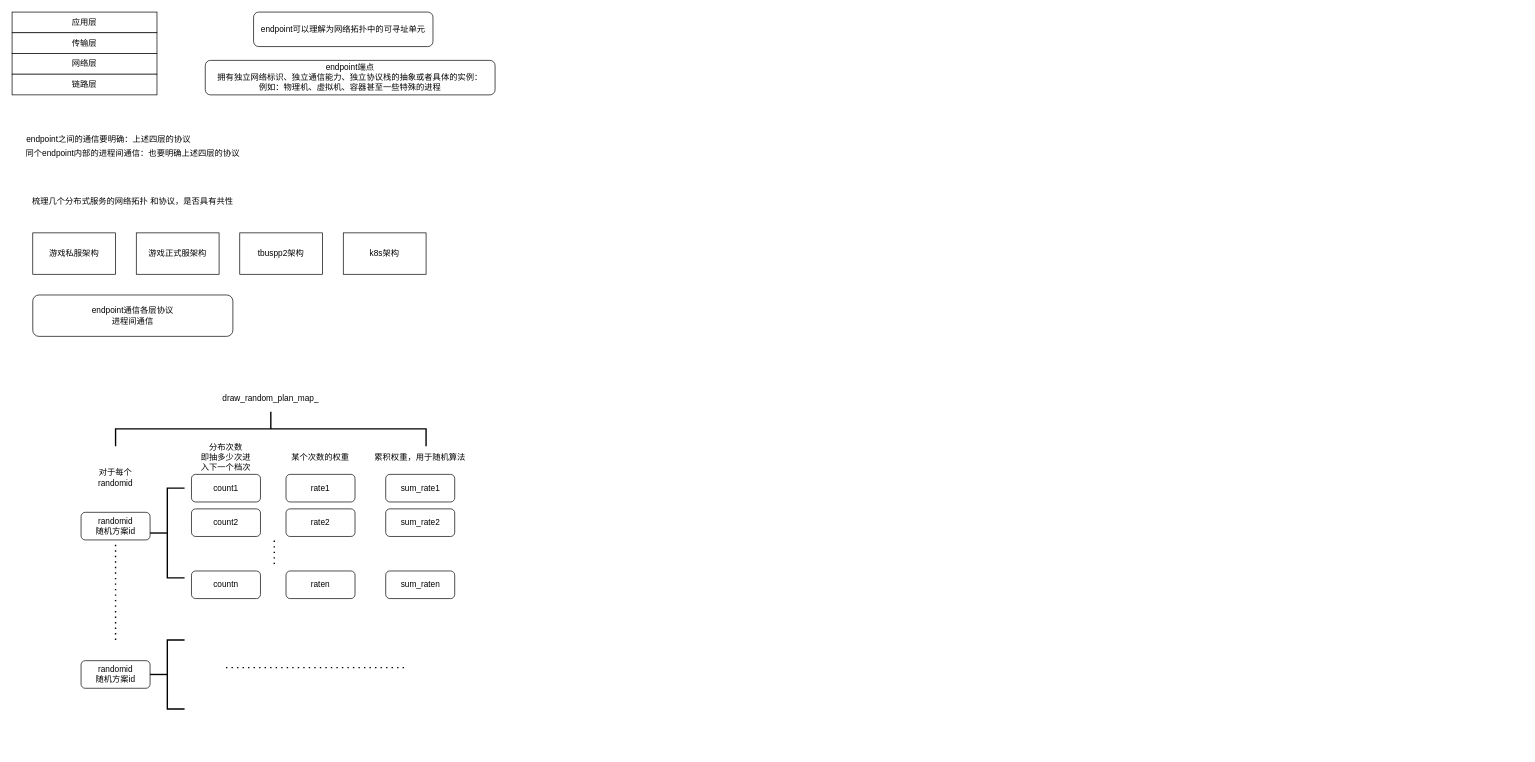
junpfeng/UE keeps this draw.io diagram as 服务架构.drawio. Above is the earlier version. Source tidied: cells renumbered, new cells numbered last; positions are measured from the earlier drawing's top-left corner, leaving out a move shared by most shapes. Both pictures are drawn from the tidied source at 69%, with x=0, y=0 at pixel (12, 12).
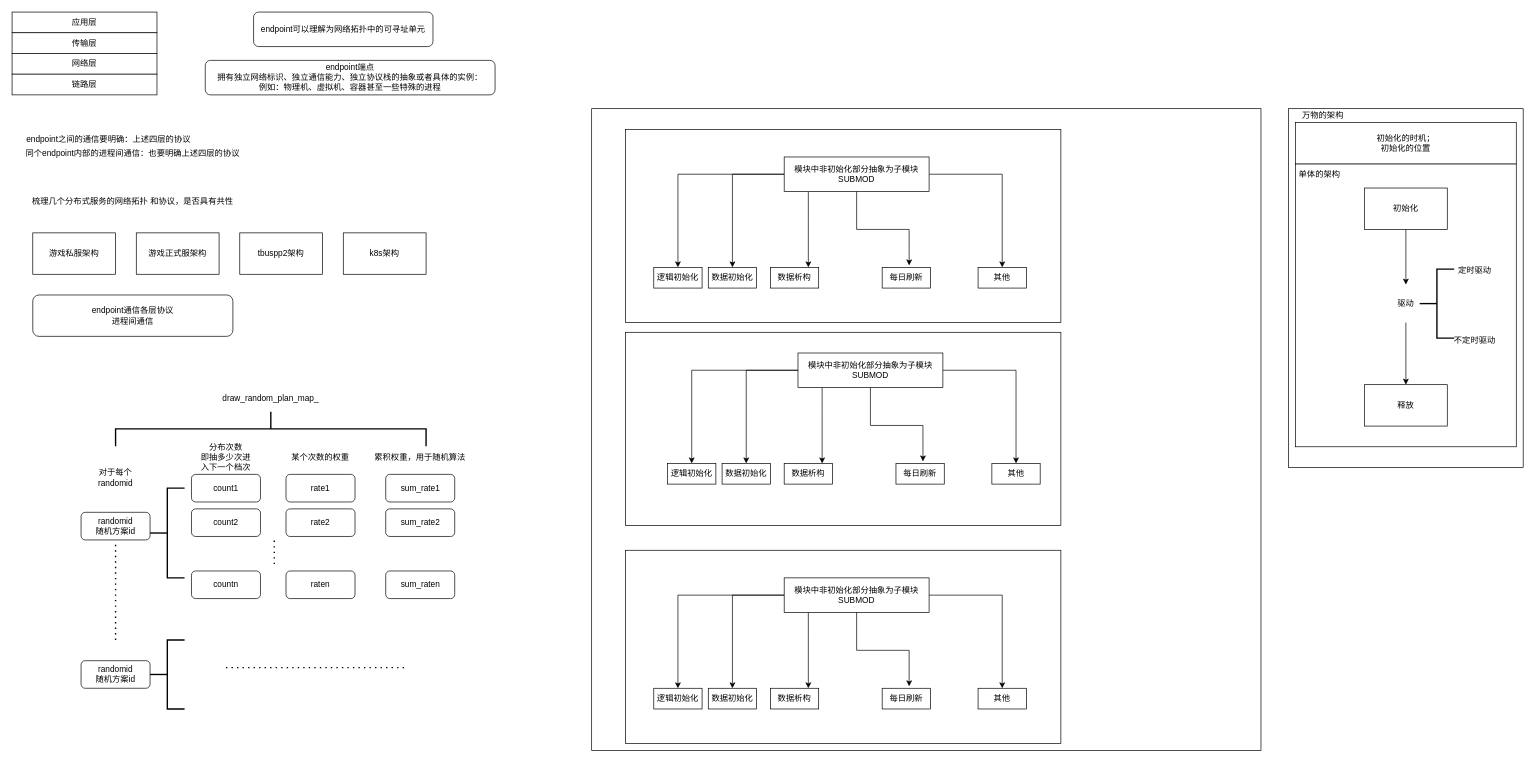
The same page after the edit.

Commit message:
更新服务架构.drawio

Diff of the diagram source:
```diff
@@
+    <mxCell id="38" style="edgeStyle=orthogonalEdgeStyle;rounded=0;jettySize=auto;html=1;" parent="1" edge="1" source="42" target="43">
+      <mxGeometry relative="1" as="geometry" />
+    </mxCell>
+    <mxCell id="39" style="edgeStyle=orthogonalEdgeStyle;rounded=0;jettySize=auto;html=1;" parent="1" edge="1" source="42" target="44">
+      <mxGeometry relative="1" as="geometry" />
+    </mxCell>
+    <mxCell id="40" style="edgeStyle=orthogonalEdgeStyle;rounded=0;jettySize=auto;html=1;" parent="1" edge="1" source="42" target="45">
+      <mxGeometry relative="1" as="geometry">
+        <Array as="points">
+          <mxPoint x="1154" y="300" />
+          <mxPoint x="1154" y="300" />
+        </Array>
+      </mxGeometry>
+    </mxCell>
+    <mxCell id="41" style="edgeStyle=orthogonalEdgeStyle;rounded=0;jettySize=auto;html=1;entryX=0.5;entryY=0;entryDx=0;entryDy=0;" parent="1" edge="1" source="42" target="48">
+      <mxGeometry relative="1" as="geometry" />
+    </mxCell>
+    <mxCell id="42" value="&lt;div&gt;模块中非初始化部分抽象为子模块&lt;/div&gt;SUBMOD" style="rounded=0;whiteSpace=wrap;html=1;" parent="1" vertex="1">
+      <mxGeometry x="1119" y="210" width="210" height="50" as="geometry" />
+    </mxCell>
+    <mxCell id="43" value="&lt;div&gt;逻辑初始化&lt;/div&gt;" style="rounded=0;whiteSpace=wrap;html=1;" parent="1" vertex="1">
+      <mxGeometry x="930" y="370" width="70" height="30" as="geometry" />
+    </mxCell>
+    <mxCell id="44" value="数据初始化" style="whiteSpace=wrap;html=1;rounded=0;" parent="1" vertex="1">
+      <mxGeometry x="1009" y="370" width="70" height="30" as="geometry" />
+    </mxCell>
+    <mxCell id="45" value="数据析构" style="whiteSpace=wrap;html=1;rounded=0;" parent="1" vertex="1">
+      <mxGeometry x="1099" y="370" width="70" height="30" as="geometry" />
+    </mxCell>
+    <mxCell id="46" value="每日刷新" style="whiteSpace=wrap;html=1;rounded=0;" parent="1" vertex="1">
+      <mxGeometry x="1261" y="370" width="70" height="30" as="geometry" />
+    </mxCell>
+    <mxCell id="47" style="edgeStyle=orthogonalEdgeStyle;rounded=0;jettySize=auto;html=1;entryX=0.559;entryY=-0.095;entryDx=0;entryDy=0;entryPerimeter=0;" parent="1" edge="1" source="42" target="46">
+      <mxGeometry relative="1" as="geometry" />
+    </mxCell>
+    <mxCell id="48" value="其他" style="whiteSpace=wrap;html=1;rounded=0;" parent="1" vertex="1">
+      <mxGeometry x="1400" y="370" width="70" height="30" as="geometry" />
+    </mxCell>
+    <mxCell id="49" style="rounded=0;whiteSpace=wrap;html=1;fillColor=none;" parent="1" vertex="1">
+      <mxGeometry x="889" y="170" width="631" height="280" as="geometry" />
+    </mxCell>
+    <mxCell id="50" style="edgeStyle=orthogonalEdgeStyle;rounded=0;jettySize=auto;html=1;" parent="1" edge="1" source="54" target="55">
+      <mxGeometry relative="1" as="geometry" />
+    </mxCell>
+    <mxCell id="51" style="edgeStyle=orthogonalEdgeStyle;rounded=0;jettySize=auto;html=1;" parent="1" edge="1" source="54" target="56">
+      <mxGeometry relative="1" as="geometry" />
+    </mxCell>
+    <mxCell id="52" style="edgeStyle=orthogonalEdgeStyle;rounded=0;jettySize=auto;html=1;" parent="1" edge="1" source="54" target="57">
+      <mxGeometry relative="1" as="geometry">
+        <Array as="points">
+          <mxPoint x="1174" y="584.1" />
+          <mxPoint x="1174" y="584.1" />
+        </Array>
+      </mxGeometry>
+    </mxCell>
+    <mxCell id="53" style="edgeStyle=orthogonalEdgeStyle;rounded=0;jettySize=auto;html=1;entryX=0.5;entryY=0;entryDx=0;entryDy=0;" parent="1" edge="1" source="54" target="60">
+      <mxGeometry relative="1" as="geometry" />
+    </mxCell>
+    <mxCell id="54" value="&lt;div&gt;模块中非初始化部分抽象为子模块&lt;/div&gt;SUBMOD" style="rounded=0;whiteSpace=wrap;html=1;" parent="1" vertex="1">
+      <mxGeometry x="1139" y="494.1" width="210" height="50" as="geometry" />
+    </mxCell>
+    <mxCell id="55" value="&lt;div&gt;逻辑初始化&lt;/div&gt;" style="rounded=0;whiteSpace=wrap;html=1;" parent="1" vertex="1">
+      <mxGeometry x="950" y="654.1" width="70" height="30" as="geometry" />
+    </mxCell>
+    <mxCell id="56" value="数据初始化" style="whiteSpace=wrap;html=1;rounded=0;" parent="1" vertex="1">
+      <mxGeometry x="1029" y="654.1" width="70" height="30" as="geometry" />
+    </mxCell>
+    <mxCell id="57" value="数据析构" style="whiteSpace=wrap;html=1;rounded=0;" parent="1" vertex="1">
+      <mxGeometry x="1119" y="654.1" width="70" height="30" as="geometry" />
+    </mxCell>
+    <mxCell id="58" value="每日刷新" style="whiteSpace=wrap;html=1;rounded=0;" parent="1" vertex="1">
+      <mxGeometry x="1281" y="654.1" width="70" height="30" as="geometry" />
+    </mxCell>
+    <mxCell id="59" style="edgeStyle=orthogonalEdgeStyle;rounded=0;jettySize=auto;html=1;entryX=0.559;entryY=-0.095;entryDx=0;entryDy=0;entryPerimeter=0;" parent="1" edge="1" source="54" target="58">
+      <mxGeometry relative="1" as="geometry" />
+    </mxCell>
+    <mxCell id="60" value="其他" style="whiteSpace=wrap;html=1;rounded=0;" parent="1" vertex="1">
+      <mxGeometry x="1420" y="654.1" width="70" height="30" as="geometry" />
+    </mxCell>
+    <mxCell id="61" style="rounded=0;whiteSpace=wrap;html=1;fillColor=none;" parent="1" vertex="1">
+      <mxGeometry x="889" y="464.1" width="631" height="280" as="geometry" />
+    </mxCell>
+    <mxCell id="62" style="edgeStyle=orthogonalEdgeStyle;rounded=0;jettySize=auto;html=1;" parent="1" edge="1" source="66" target="67">
+      <mxGeometry relative="1" as="geometry" />
+    </mxCell>
+    <mxCell id="63" style="edgeStyle=orthogonalEdgeStyle;rounded=0;jettySize=auto;html=1;" parent="1" edge="1" source="66" target="68">
+      <mxGeometry relative="1" as="geometry" />
+    </mxCell>
+    <mxCell id="64" style="edgeStyle=orthogonalEdgeStyle;rounded=0;jettySize=auto;html=1;" parent="1" edge="1" source="66" target="69">
+      <mxGeometry relative="1" as="geometry">
+        <Array as="points">
+          <mxPoint x="1154" y="910" />
+          <mxPoint x="1154" y="910" />
+        </Array>
+      </mxGeometry>
+    </mxCell>
+    <mxCell id="65" style="edgeStyle=orthogonalEdgeStyle;rounded=0;jettySize=auto;html=1;entryX=0.5;entryY=0;entryDx=0;entryDy=0;" parent="1" edge="1" source="66" target="72">
+      <mxGeometry relative="1" as="geometry" />
+    </mxCell>
+    <mxCell id="66" value="&lt;div&gt;模块中非初始化部分抽象为子模块&lt;/div&gt;SUBMOD" style="rounded=0;whiteSpace=wrap;html=1;" parent="1" vertex="1">
+      <mxGeometry x="1119" y="820" width="210" height="50" as="geometry" />
+    </mxCell>
+    <mxCell id="67" value="&lt;div&gt;逻辑初始化&lt;/div&gt;" style="rounded=0;whiteSpace=wrap;html=1;" parent="1" vertex="1">
+      <mxGeometry x="930" y="980" width="70" height="30" as="geometry" />
+    </mxCell>
+    <mxCell id="68" value="数据初始化" style="whiteSpace=wrap;html=1;rounded=0;" parent="1" vertex="1">
+      <mxGeometry x="1009" y="980" width="70" height="30" as="geometry" />
+    </mxCell>
+    <mxCell id="69" value="数据析构" style="whiteSpace=wrap;html=1;rounded=0;" parent="1" vertex="1">
+      <mxGeometry x="1099" y="980" width="70" height="30" as="geometry" />
+    </mxCell>
+    <mxCell id="70" value="每日刷新" style="whiteSpace=wrap;html=1;rounded=0;" parent="1" vertex="1">
+      <mxGeometry x="1261" y="980" width="70" height="30" as="geometry" />
+    </mxCell>
+    <mxCell id="71" style="edgeStyle=orthogonalEdgeStyle;rounded=0;jettySize=auto;html=1;entryX=0.559;entryY=-0.095;entryDx=0;entryDy=0;entryPerimeter=0;" parent="1" edge="1" source="66" target="70">
+      <mxGeometry relative="1" as="geometry" />
+    </mxCell>
+    <mxCell id="72" value="其他" style="whiteSpace=wrap;html=1;rounded=0;" parent="1" vertex="1">
+      <mxGeometry x="1400" y="980" width="70" height="30" as="geometry" />
+    </mxCell>
+    <mxCell id="73" style="rounded=0;whiteSpace=wrap;html=1;fillColor=none;" parent="1" vertex="1">
+      <mxGeometry x="889" y="780" width="631" height="280" as="geometry" />
+    </mxCell>
+    <mxCell id="74" style="rounded=0;whiteSpace=wrap;html=1;fillColor=none;" parent="1" vertex="1">
+      <mxGeometry x="840" y="140" width="970" height="930" as="geometry" />
+    </mxCell>
+    <mxCell id="75" style="edgeStyle=orthogonalEdgeStyle;rounded=0;jettySize=auto;html=1;" parent="1" edge="1" source="79" target="77">
+      <mxGeometry relative="1" as="geometry" />
+    </mxCell>
+    <mxCell id="76" value="初始化" style="rounded=0;whiteSpace=wrap;html=1;" parent="1" vertex="1">
+      <mxGeometry x="1960" y="255" width="120" height="60" as="geometry" />
+    </mxCell>
+    <mxCell id="77" value="释放" style="rounded=0;whiteSpace=wrap;html=1;" parent="1" vertex="1">
+      <mxGeometry x="1960" y="540" width="120" height="60" as="geometry" />
+    </mxCell>
+    <mxCell id="78" style="edgeStyle=orthogonalEdgeStyle;rounded=0;jettySize=auto;html=1;" parent="1" edge="1" source="76" target="79">
+      <mxGeometry relative="1" as="geometry" />
+    </mxCell>
+    <mxCell id="79" value="驱动" style="text;html=1;align=center;verticalAlign=middle;whiteSpace=wrap;rounded=0;" parent="1" vertex="1">
+      <mxGeometry x="1990" y="395" width="60" height="55" as="geometry" />
+    </mxCell>
+    <mxCell id="80" style="strokeWidth=2;html=1;shape=mxgraph.flowchart.annotation_2;align=left;labelPosition=right;" parent="1" vertex="1">
+      <mxGeometry x="2040" y="372.5" width="50" height="100" as="geometry" />
+    </mxCell>
+    <mxCell id="81" value="定时驱动" style="text;html=1;align=center;verticalAlign=middle;whiteSpace=wrap;rounded=0;" parent="1" vertex="1">
+      <mxGeometry x="2090" y="359" width="60" height="31" as="geometry" />
+    </mxCell>
+    <mxCell id="82" value="不定时驱动" style="text;html=1;align=center;verticalAlign=middle;whiteSpace=wrap;rounded=0;" parent="1" vertex="1">
+      <mxGeometry x="2080" y="460" width="80" height="31" as="geometry" />
+    </mxCell>
+    <mxCell id="83" style="rounded=0;whiteSpace=wrap;html=1;fillColor=none;" parent="1" vertex="1">
+      <mxGeometry x="1860" y="220" width="320" height="410" as="geometry" />
+    </mxCell>
+    <mxCell id="84" value="万物的架构" style="text;html=1;align=center;verticalAlign=middle;whiteSpace=wrap;rounded=0;" parent="1" vertex="1">
+      <mxGeometry x="1850" y="130" width="100" height="40" as="geometry" />
+    </mxCell>
+    <mxCell id="85" value="初始化的时机；&lt;div&gt;初始化的位置&lt;/div&gt;" style="rounded=0;whiteSpace=wrap;html=1;" parent="1" vertex="1">
+      <mxGeometry x="1860" y="160" width="320" height="60" as="geometry" />
+    </mxCell>
+    <mxCell id="86" style="rounded=0;whiteSpace=wrap;html=1;fillColor=none;" parent="1" vertex="1">
+      <mxGeometry x="1850" y="140" width="340" height="520" as="geometry" />
+    </mxCell>
+    <mxCell id="87" value="单体的架构" style="text;html=1;align=center;verticalAlign=middle;whiteSpace=wrap;rounded=0;" parent="1" vertex="1">
+      <mxGeometry x="1860" y="220" width="70" height="30" as="geometry" />
+    </mxCell>
```
